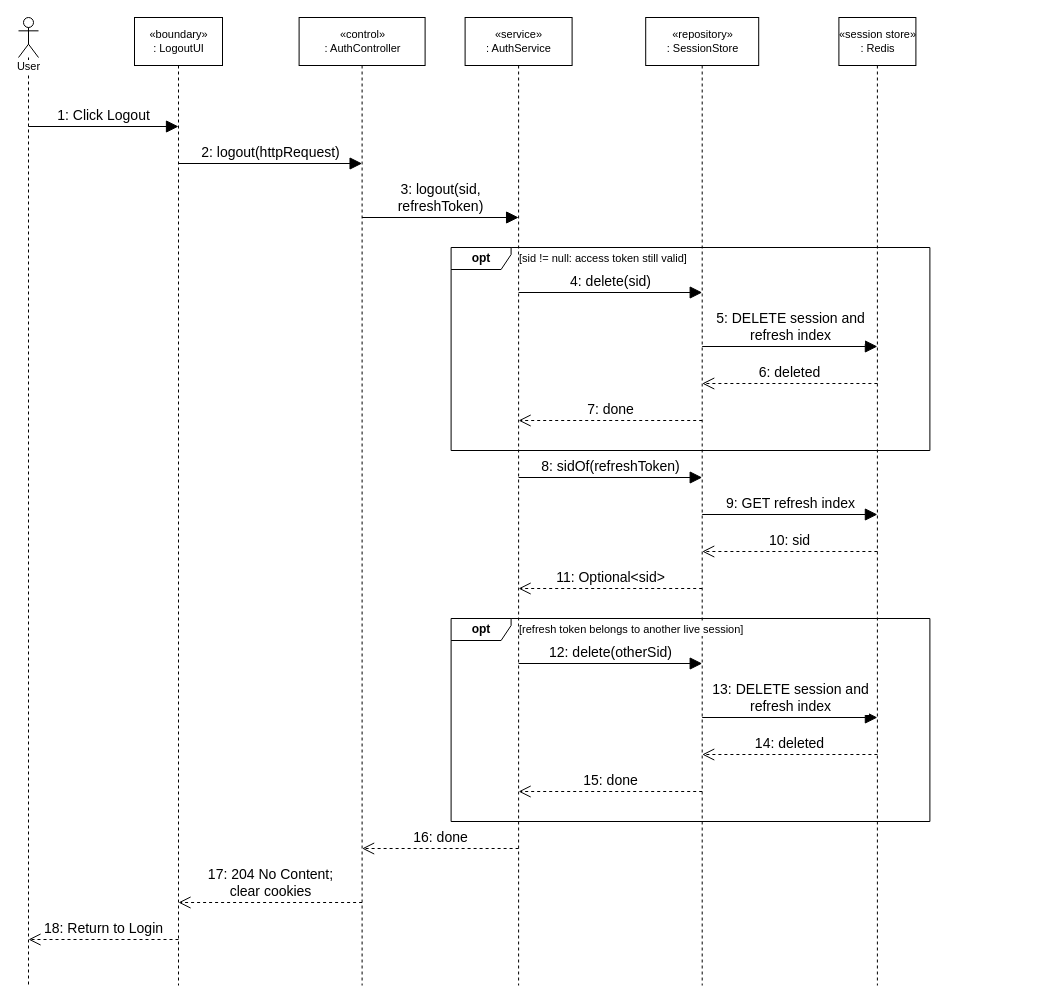
hygef-v4/AI-Powered-Learning-Platform keeps this draw.io diagram as page "Logout" (3 of 15) of docs/sequence-diagrams.drawio. Above is the earlier version. Source tidied: cells renumbered, new cells numbered last; positions are measured from the earlier drawing's top-left corner, leaving out a move shared by most shapes. Both pictures are drawn from the tidied source at 100%, with x=0, y=0 at pixel (18, 17).
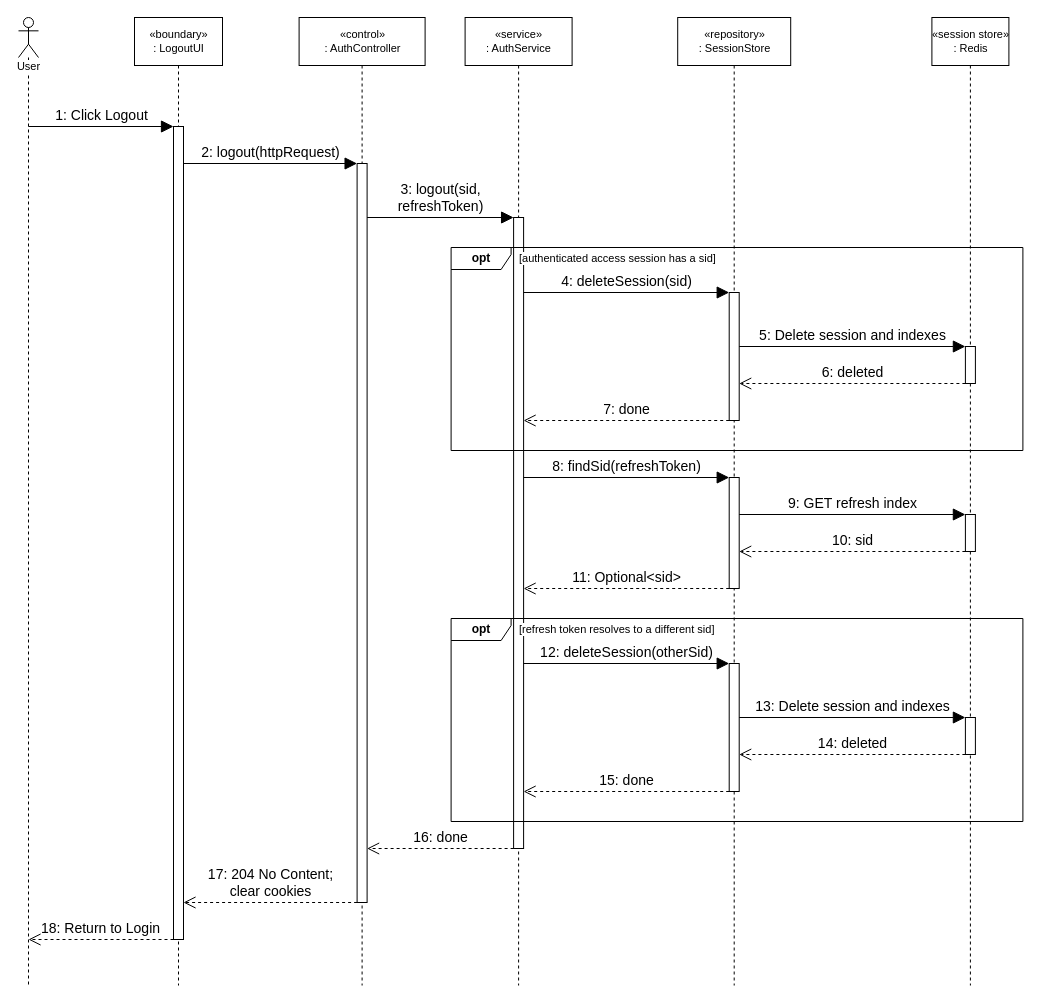
After the change.

The change refers to these unchanged cells:
```xml
<mxCell id="3" value="«boundary»&lt;br&gt;: LogoutUI" style="shape=umlLifeline;perimeter=lifelinePerimeter;whiteSpace=wrap;html=1;size=48;fontSize=11;whiteSpace=nowrap;" parent="1" vertex="1">
  <mxGeometry x="116" width="88" height="968" as="geometry" />
</mxCell>
<mxCell id="4" value="«control»&lt;br&gt;: AuthController" style="shape=umlLifeline;perimeter=lifelinePerimeter;whiteSpace=wrap;html=1;size=48;fontSize=11;whiteSpace=nowrap;" parent="1" vertex="1">
  <mxGeometry x="280.6" width="126" height="968" as="geometry" />
</mxCell>
<mxCell id="5" value="«service»&lt;br&gt;: AuthService" style="shape=umlLifeline;perimeter=lifelinePerimeter;whiteSpace=wrap;html=1;size=48;fontSize=11;whiteSpace=nowrap;" parent="1" vertex="1">
  <mxGeometry x="446.6" width="107" height="968" as="geometry" />
</mxCell>
```

Change to the diagram source:
```diff
@@
+    <mxCell id="30" style="shape=rectangle;html=1;rounded=0;fillColor=#ffffff;strokeColor=#000000;strokeWidth=1;" parent="3" vertex="1">
+      <mxGeometry x="39" y="109" width="10" height="813" as="geometry" />
+    </mxCell>
@@
+    <mxCell id="31" style="shape=rectangle;html=1;rounded=0;fillColor=#ffffff;strokeColor=#000000;strokeWidth=1;" parent="4" vertex="1">
+      <mxGeometry x="58" y="146" width="10" height="739" as="geometry" />
+    </mxCell>
@@
+    <mxCell id="32" style="shape=rectangle;html=1;rounded=0;fillColor=#ffffff;strokeColor=#000000;strokeWidth=1;" parent="5" vertex="1">
+      <mxGeometry x="48.5" y="200" width="10" height="631" as="geometry" />
+    </mxCell>
     <mxCell id="6" value="«repository»&lt;br&gt;: SessionStore" style="shape=umlLifeline;perimeter=lifelinePerimeter;whiteSpace=wrap;html=1;size=48;fontSize=11;whiteSpace=nowrap;" parent="1" vertex="1">
-      <mxGeometry x="627.2" width="113" height="968" as="geometry" />
+      <mxGeometry x="659.2" width="113" height="968" as="geometry" />
     </mxCell>
+    <mxCell id="33" style="shape=rectangle;html=1;rounded=0;fillColor=#ffffff;strokeColor=#000000;strokeWidth=1;" parent="6" vertex="1">
+      <mxGeometry x="51.5" y="275" width="10" height="128" as="geometry" />
+    </mxCell>
+    <mxCell id="34" style="shape=rectangle;html=1;rounded=0;fillColor=#ffffff;strokeColor=#000000;strokeWidth=1;" parent="6" vertex="1">
+      <mxGeometry x="51.5" y="460" width="10" height="111" as="geometry" />
+    </mxCell>
+    <mxCell id="35" style="shape=rectangle;html=1;rounded=0;fillColor=#ffffff;strokeColor=#000000;strokeWidth=1;" parent="6" vertex="1">
+      <mxGeometry x="51.5" y="646" width="10" height="128" as="geometry" />
+    </mxCell>
     <mxCell id="7" value="«session store»&lt;br&gt;: Redis" style="shape=umlLifeline;perimeter=lifelinePerimeter;whiteSpace=wrap;html=1;size=48;fontSize=11;whiteSpace=nowrap;" parent="1" vertex="1">
-      <mxGeometry x="820.4" width="77" height="968" as="geometry" />
+      <mxGeometry x="913.4" width="77" height="968" as="geometry" />
     </mxCell>
+    <mxCell id="36" style="shape=rectangle;html=1;rounded=0;fillColor=#ffffff;strokeColor=#000000;strokeWidth=1;" parent="7" vertex="1">
+      <mxGeometry x="33.5" y="329" width="10" height="37" as="geometry" />
+    </mxCell>
+    <mxCell id="37" style="shape=rectangle;html=1;rounded=0;fillColor=#ffffff;strokeColor=#000000;strokeWidth=1;" parent="7" vertex="1">
+      <mxGeometry x="33.5" y="497" width="10" height="37" as="geometry" />
+    </mxCell>
+    <mxCell id="38" style="shape=rectangle;html=1;rounded=0;fillColor=#ffffff;strokeColor=#000000;strokeWidth=1;" parent="7" vertex="1">
+      <mxGeometry x="33.5" y="700" width="10" height="37" as="geometry" />
+    </mxCell>
-    <mxCell id="8" value="1: Click Logout" style="html=1;rounded=0;fontSize=14;endSize=10;labelBackgroundColor=#ffffff;endArrow=block;endFill=1;verticalAlign=bottom;" parent="1" edge="1">
+    <mxCell id="8" value="1: Click Logout" style="html=1;rounded=0;fontSize=14;endSize=10;labelBackgroundColor=#ffffff;endArrow=block;endFill=1;verticalAlign=bottom;entryX=0;entryY=0;entryPerimeter=0;" parent="1" edge="1" target="30">
       <mxGeometry relative="1" as="geometry">
         <mxPoint x="10" y="109" as="sourcePoint" />
-        <mxPoint x="160" y="109" as="targetPoint" />
       </mxGeometry>
     </mxCell>
-    <mxCell id="9" value="2: logout(httpRequest)" style="html=1;rounded=0;fontSize=14;endSize=10;labelBackgroundColor=#ffffff;endArrow=block;endFill=1;verticalAlign=bottom;" parent="1" edge="1">
-      <mxGeometry relative="1" as="geometry">
-        <mxPoint x="160" y="146" as="sourcePoint" />
-        <mxPoint x="343.6" y="146" as="targetPoint" />
-      </mxGeometry>
+    <mxCell id="9" value="2: logout(httpRequest)" style="html=1;rounded=0;fontSize=14;endSize=10;labelBackgroundColor=#ffffff;endArrow=block;endFill=1;verticalAlign=bottom;exitX=1;exitY=0.045510455;exitPerimeter=0;entryX=0;entryY=0;entryPerimeter=0;" parent="1" edge="1" source="30" target="31">
+      <mxGeometry relative="1" as="geometry" />
     </mxCell>
-    <mxCell id="10" value="3: logout(sid,&lt;br&gt;refreshToken)" style="html=1;rounded=0;fontSize=14;endSize=10;labelBackgroundColor=#ffffff;endArrow=block;endFill=1;verticalAlign=bottom;" parent="1" edge="1">
-      <mxGeometry relative="1" as="geometry">
-        <mxPoint x="343.6" y="200" as="sourcePoint" />
-        <mxPoint x="500.1" y="200" as="targetPoint" />
-      </mxGeometry>
+    <mxCell id="10" value="3: logout(sid,&lt;br&gt;refreshToken)" style="html=1;rounded=0;fontSize=14;endSize=10;labelBackgroundColor=#ffffff;endArrow=block;endFill=1;verticalAlign=bottom;exitX=1;exitY=0.073071719;exitPerimeter=0;entryX=0;entryY=0;entryPerimeter=0;" parent="1" edge="1" source="31" target="32">
+      <mxGeometry relative="1" as="geometry" />
     </mxCell>
     <mxCell id="11" value="&lt;b&gt;opt&lt;/b&gt;" style="shape=umlFrame;whiteSpace=wrap;html=1;fillColor=none;width=60;height=22;" parent="1" vertex="1">
-      <mxGeometry x="432.6" y="230" width="478.8" height="203" as="geometry" />
+      <mxGeometry x="432.6" y="230" width="571.8" height="203" as="geometry" />
     </mxCell>
-    <mxCell id="12" value="[sid != null: access token still valid]" style="text;html=1;labelBackgroundColor=#ffffff;align=left;verticalAlign=middle;fontSize=11;spacingLeft=2;" parent="1" vertex="1">
+    <mxCell id="12" value="[authenticated access session has a sid]" style="text;html=1;labelBackgroundColor=#ffffff;align=left;verticalAlign=middle;fontSize=11;spacingLeft=2;" parent="1" vertex="1">
       <mxGeometry x="496.6" y="232" width="267.4" height="18" as="geometry" />
     </mxCell>
-    <mxCell id="13" value="4: delete(sid)" style="html=1;rounded=0;fontSize=14;endSize=10;labelBackgroundColor=#ffffff;endArrow=block;endFill=1;verticalAlign=bottom;" parent="1" edge="1">
-      <mxGeometry relative="1" as="geometry">
-        <mxPoint x="500.1" y="275" as="sourcePoint" />
-        <mxPoint x="683.7" y="275" as="targetPoint" />
-      </mxGeometry>
+    <mxCell id="13" value="4: deleteSession(sid)" style="html=1;rounded=0;fontSize=14;endSize=10;labelBackgroundColor=#ffffff;endArrow=block;endFill=1;verticalAlign=bottom;exitX=1;exitY=0.118858954;exitPerimeter=0;entryX=0;entryY=0;entryPerimeter=0;" parent="1" edge="1" source="32" target="33">
+      <mxGeometry relative="1" as="geometry" />
     </mxCell>
-    <mxCell id="14" value="5: DELETE session and&lt;br&gt;refresh index" style="html=1;rounded=0;fontSize=14;endSize=10;labelBackgroundColor=#ffffff;endArrow=block;endFill=1;verticalAlign=bottom;" parent="1" edge="1">
-      <mxGeometry relative="1" as="geometry">
-        <mxPoint x="683.7" y="329" as="sourcePoint" />
-        <mxPoint x="858.9" y="329" as="targetPoint" />
-      </mxGeometry>
+    <mxCell id="14" value="5: Delete session and indexes" style="html=1;rounded=0;fontSize=14;endSize=10;labelBackgroundColor=#ffffff;endArrow=block;endFill=1;verticalAlign=bottom;exitX=1;exitY=0.421875;exitPerimeter=0;entryX=0;entryY=0;entryPerimeter=0;" parent="1" edge="1" source="33" target="36">
+      <mxGeometry relative="1" as="geometry" />
     </mxCell>
-    <mxCell id="15" value="6: deleted" style="html=1;rounded=0;fontSize=14;endSize=10;labelBackgroundColor=#ffffff;endArrow=open;endFill=0;dashed=1;verticalAlign=bottom;" parent="1" edge="1">
-      <mxGeometry relative="1" as="geometry">
-        <mxPoint x="858.9" y="366" as="sourcePoint" />
-        <mxPoint x="683.7" y="366" as="targetPoint" />
-      </mxGeometry>
+    <mxCell id="15" value="6: deleted" style="html=1;rounded=0;fontSize=14;endSize=10;labelBackgroundColor=#ffffff;endArrow=open;endFill=0;dashed=1;verticalAlign=bottom;exitX=0;exitY=1;exitPerimeter=0;entryX=1;entryY=0.7109375;entryPerimeter=0;" parent="1" edge="1" source="36" target="33">
+      <mxGeometry relative="1" as="geometry" />
     </mxCell>
-    <mxCell id="16" value="7: done" style="html=1;rounded=0;fontSize=14;endSize=10;labelBackgroundColor=#ffffff;endArrow=open;endFill=0;dashed=1;verticalAlign=bottom;" parent="1" edge="1">
-      <mxGeometry relative="1" as="geometry">
-        <mxPoint x="683.7" y="403" as="sourcePoint" />
-        <mxPoint x="500.1" y="403" as="targetPoint" />
-      </mxGeometry>
+    <mxCell id="16" value="7: done" style="html=1;rounded=0;fontSize=14;endSize=10;labelBackgroundColor=#ffffff;endArrow=open;endFill=0;dashed=1;verticalAlign=bottom;exitX=0;exitY=1;exitPerimeter=0;entryX=1;entryY=0.321711569;entryPerimeter=0;" parent="1" edge="1" source="33" target="32">
+      <mxGeometry relative="1" as="geometry" />
     </mxCell>
-    <mxCell id="17" value="8: sidOf(refreshToken)" style="html=1;rounded=0;fontSize=14;endSize=10;labelBackgroundColor=#ffffff;endArrow=block;endFill=1;verticalAlign=bottom;" parent="1" edge="1">
-      <mxGeometry relative="1" as="geometry">
-        <mxPoint x="500.1" y="460" as="sourcePoint" />
-        <mxPoint x="683.7" y="460" as="targetPoint" />
-      </mxGeometry>
+    <mxCell id="17" value="8: findSid(refreshToken)" style="html=1;rounded=0;fontSize=14;endSize=10;labelBackgroundColor=#ffffff;endArrow=block;endFill=1;verticalAlign=bottom;exitX=1;exitY=0.412044374;exitPerimeter=0;entryX=0;entryY=0;entryPerimeter=0;" parent="1" edge="1" source="32" target="34">
+      <mxGeometry relative="1" as="geometry" />
     </mxCell>
-    <mxCell id="18" value="9: GET refresh index" style="html=1;rounded=0;fontSize=14;endSize=10;labelBackgroundColor=#ffffff;endArrow=block;endFill=1;verticalAlign=bottom;" parent="1" edge="1">
-      <mxGeometry relative="1" as="geometry">
-        <mxPoint x="683.7" y="497" as="sourcePoint" />
-        <mxPoint x="858.9" y="497" as="targetPoint" />
-      </mxGeometry>
+    <mxCell id="18" value="9: GET refresh index" style="html=1;rounded=0;fontSize=14;endSize=10;labelBackgroundColor=#ffffff;endArrow=block;endFill=1;verticalAlign=bottom;exitX=1;exitY=0.333333333;exitPerimeter=0;entryX=0;entryY=0;entryPerimeter=0;" parent="1" edge="1" source="34" target="37">
+      <mxGeometry relative="1" as="geometry" />
     </mxCell>
-    <mxCell id="19" value="10: sid" style="html=1;rounded=0;fontSize=14;endSize=10;labelBackgroundColor=#ffffff;endArrow=open;endFill=0;dashed=1;verticalAlign=bottom;" parent="1" edge="1">
-      <mxGeometry relative="1" as="geometry">
-        <mxPoint x="858.9" y="534" as="sourcePoint" />
-        <mxPoint x="683.7" y="534" as="targetPoint" />
-      </mxGeometry>
+    <mxCell id="19" value="10: sid" style="html=1;rounded=0;fontSize=14;endSize=10;labelBackgroundColor=#ffffff;endArrow=open;endFill=0;dashed=1;verticalAlign=bottom;exitX=0;exitY=1;exitPerimeter=0;entryX=1;entryY=0.666666667;entryPerimeter=0;" parent="1" edge="1" source="37" target="34">
+      <mxGeometry relative="1" as="geometry" />
     </mxCell>
-    <mxCell id="20" value="11: Optional&amp;lt;sid&amp;gt;" style="html=1;rounded=0;fontSize=14;endSize=10;labelBackgroundColor=#ffffff;endArrow=open;endFill=0;dashed=1;verticalAlign=bottom;" parent="1" edge="1">
-      <mxGeometry relative="1" as="geometry">
-        <mxPoint x="683.7" y="571" as="sourcePoint" />
-        <mxPoint x="500.1" y="571" as="targetPoint" />
-      </mxGeometry>
+    <mxCell id="20" value="11: Optional&amp;lt;sid&amp;gt;" style="html=1;rounded=0;fontSize=14;endSize=10;labelBackgroundColor=#ffffff;endArrow=open;endFill=0;dashed=1;verticalAlign=bottom;exitX=0;exitY=1;exitPerimeter=0;entryX=1;entryY=0.587955626;entryPerimeter=0;" parent="1" edge="1" source="34" target="32">
+      <mxGeometry relative="1" as="geometry" />
     </mxCell>
     <mxCell id="21" value="&lt;b&gt;opt&lt;/b&gt;" style="shape=umlFrame;whiteSpace=wrap;html=1;fillColor=none;width=60;height=22;" parent="1" vertex="1">
-      <mxGeometry x="432.6" y="601" width="478.8" height="203" as="geometry" />
+      <mxGeometry x="432.6" y="601" width="571.8" height="203" as="geometry" />
     </mxCell>
-    <mxCell id="22" value="[refresh token belongs to another live session]" style="text;html=1;labelBackgroundColor=#ffffff;align=left;verticalAlign=middle;fontSize=11;spacingLeft=2;" parent="1" vertex="1">
+    <mxCell id="22" value="[refresh token resolves to a different sid]" style="text;html=1;labelBackgroundColor=#ffffff;align=left;verticalAlign=middle;fontSize=11;spacingLeft=2;" parent="1" vertex="1">
       <mxGeometry x="496.6" y="603" width="320.2" height="18" as="geometry" />
     </mxCell>
-    <mxCell id="23" value="12: delete(otherSid)" style="html=1;rounded=0;fontSize=14;endSize=10;labelBackgroundColor=#ffffff;endArrow=block;endFill=1;verticalAlign=bottom;" parent="1" edge="1">
-      <mxGeometry relative="1" as="geometry">
-        <mxPoint x="500.1" y="646" as="sourcePoint" />
-        <mxPoint x="683.7" y="646" as="targetPoint" />
-      </mxGeometry>
+    <mxCell id="23" value="12: deleteSession(otherSid)" style="html=1;rounded=0;fontSize=14;endSize=10;labelBackgroundColor=#ffffff;endArrow=block;endFill=1;verticalAlign=bottom;exitX=1;exitY=0.70681458;exitPerimeter=0;entryX=0;entryY=0;entryPerimeter=0;" parent="1" edge="1" source="32" target="35">
+      <mxGeometry relative="1" as="geometry" />
     </mxCell>
-    <mxCell id="24" value="13: DELETE session and&lt;br&gt;refresh index" style="html=1;rounded=0;fontSize=14;endSize=10;labelBackgroundColor=#ffffff;endArrow=block;endFill=1;verticalAlign=bottom;" parent="1" edge="1">
-      <mxGeometry relative="1" as="geometry">
-        <mxPoint x="683.7" y="700" as="sourcePoint" />
-        <mxPoint x="858.9" y="700" as="targetPoint" />
-      </mxGeometry>
+    <mxCell id="24" value="13: Delete session and indexes" style="html=1;rounded=0;fontSize=14;endSize=10;labelBackgroundColor=#ffffff;endArrow=block;endFill=1;verticalAlign=bottom;exitX=1;exitY=0.421875;exitPerimeter=0;entryX=0;entryY=0;entryPerimeter=0;" parent="1" edge="1" source="35" target="38">
+      <mxGeometry relative="1" as="geometry" />
     </mxCell>
-    <mxCell id="25" value="14: deleted" style="html=1;rounded=0;fontSize=14;endSize=10;labelBackgroundColor=#ffffff;endArrow=open;endFill=0;dashed=1;verticalAlign=bottom;" parent="1" edge="1">
-      <mxGeometry relative="1" as="geometry">
-        <mxPoint x="858.9" y="737" as="sourcePoint" />
-        <mxPoint x="683.7" y="737" as="targetPoint" />
-      </mxGeometry>
+    <mxCell id="25" value="14: deleted" style="html=1;rounded=0;fontSize=14;endSize=10;labelBackgroundColor=#ffffff;endArrow=open;endFill=0;dashed=1;verticalAlign=bottom;exitX=0;exitY=1;exitPerimeter=0;entryX=1;entryY=0.7109375;entryPerimeter=0;" parent="1" edge="1" source="38" target="35">
+      <mxGeometry relative="1" as="geometry" />
     </mxCell>
-    <mxCell id="26" value="15: done" style="html=1;rounded=0;fontSize=14;endSize=10;labelBackgroundColor=#ffffff;endArrow=open;endFill=0;dashed=1;verticalAlign=bottom;" parent="1" edge="1">
-      <mxGeometry relative="1" as="geometry">
-        <mxPoint x="683.7" y="774" as="sourcePoint" />
-        <mxPoint x="500.1" y="774" as="targetPoint" />
-      </mxGeometry>
+    <mxCell id="26" value="15: done" style="html=1;rounded=0;fontSize=14;endSize=10;labelBackgroundColor=#ffffff;endArrow=open;endFill=0;dashed=1;verticalAlign=bottom;exitX=0;exitY=1;exitPerimeter=0;entryX=1;entryY=0.909667195;entryPerimeter=0;" parent="1" edge="1" source="35" target="32">
+      <mxGeometry relative="1" as="geometry" />
     </mxCell>
-    <mxCell id="27" value="16: done" style="html=1;rounded=0;fontSize=14;endSize=10;labelBackgroundColor=#ffffff;endArrow=open;endFill=0;dashed=1;verticalAlign=bottom;" parent="1" edge="1">
-      <mxGeometry relative="1" as="geometry">
-        <mxPoint x="500.1" y="831" as="sourcePoint" />
-        <mxPoint x="343.6" y="831" as="targetPoint" />
-      </mxGeometry>
+    <mxCell id="27" value="16: done" style="html=1;rounded=0;fontSize=14;endSize=10;labelBackgroundColor=#ffffff;endArrow=open;endFill=0;dashed=1;verticalAlign=bottom;exitX=0;exitY=1;exitPerimeter=0;entryX=1;entryY=0.926928281;entryPerimeter=0;" parent="1" edge="1" source="32" target="31">
+      <mxGeometry relative="1" as="geometry" />
     </mxCell>
-    <mxCell id="28" value="17: 204 No Content;&lt;br&gt;clear cookies" style="html=1;rounded=0;fontSize=14;endSize=10;labelBackgroundColor=#ffffff;endArrow=open;endFill=0;dashed=1;verticalAlign=bottom;" parent="1" edge="1">
-      <mxGeometry relative="1" as="geometry">
-        <mxPoint x="343.6" y="885" as="sourcePoint" />
-        <mxPoint x="160" y="885" as="targetPoint" />
-      </mxGeometry>
+    <mxCell id="28" value="17: 204 No Content;&lt;br&gt;clear cookies" style="html=1;rounded=0;fontSize=14;endSize=10;labelBackgroundColor=#ffffff;endArrow=open;endFill=0;dashed=1;verticalAlign=bottom;exitX=0;exitY=1;exitPerimeter=0;entryX=1;entryY=0.954489545;entryPerimeter=0;" parent="1" edge="1" source="31" target="30">
+      <mxGeometry relative="1" as="geometry" />
     </mxCell>
-    <mxCell id="29" value="18: Return to Login" style="html=1;rounded=0;fontSize=14;endSize=10;labelBackgroundColor=#ffffff;endArrow=open;endFill=0;dashed=1;verticalAlign=bottom;" parent="1" edge="1">
+    <mxCell id="29" value="18: Return to Login" style="html=1;rounded=0;fontSize=14;endSize=10;labelBackgroundColor=#ffffff;endArrow=open;endFill=0;dashed=1;verticalAlign=bottom;exitX=0;exitY=1;exitPerimeter=0;" parent="1" edge="1" source="30">
       <mxGeometry relative="1" as="geometry">
-        <mxPoint x="160" y="922" as="sourcePoint" />
         <mxPoint x="10" y="922" as="targetPoint" />
       </mxGeometry>
     </mxCell>
```
